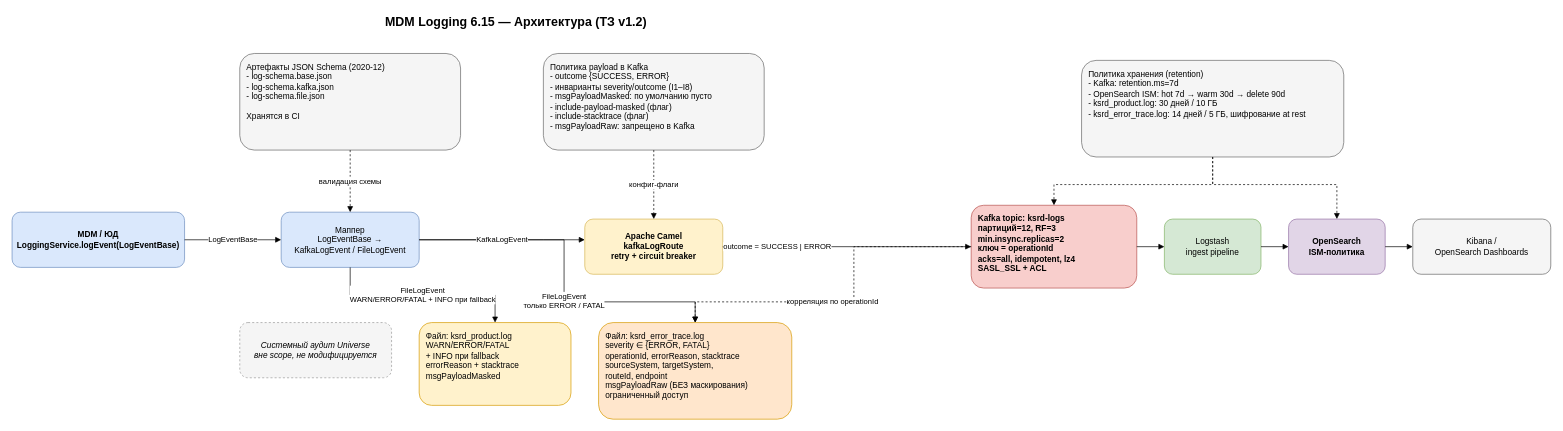
Earlier version of the draw.io diagram page "Архитектура" (1 of 2) of Единая система продуктового логирования MDM .drawio (Grin5/drawIo). Source tidied: cells renumbered, new cells numbered last; positions are measured from the earlier drawing's top-left corner, leaving out a move shared by most shapes. Both pictures are drawn from the tidied source at 69%, with x=0, y=0 at pixel (12, 12).
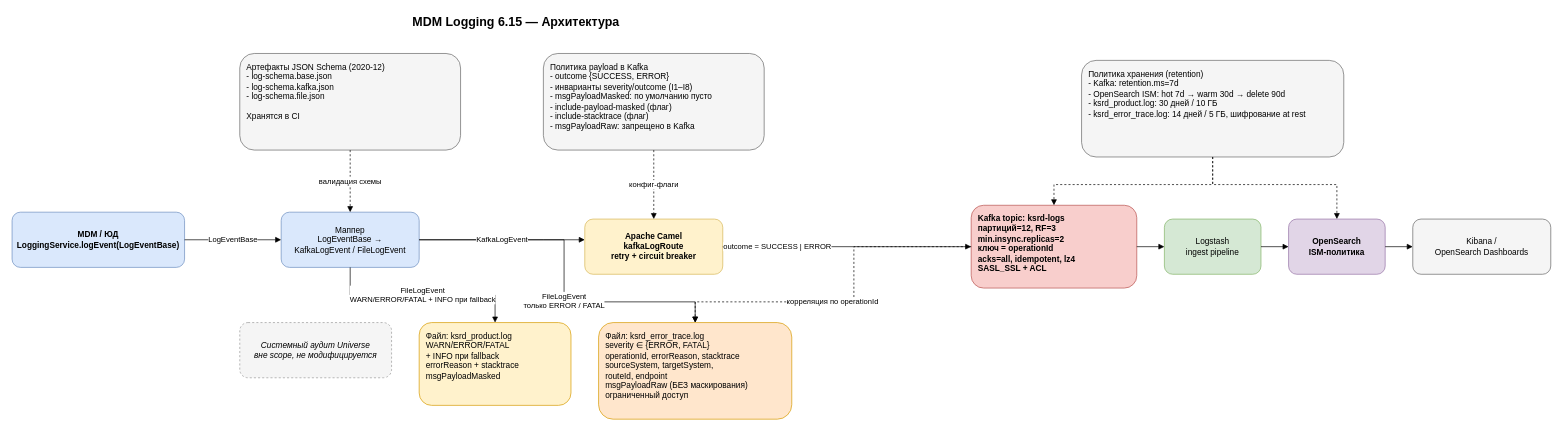
The same page after the edit.

Change to the diagram source:
```diff
@@
-    <mxCell id="2" value="MDM Logging 6.15 — Архитектура (ТЗ v1.2)" style="text;html=1;align=center;verticalAlign=middle;fontSize=18;fontStyle=1;" parent="1" vertex="1">
+    <mxCell id="2" value="MDM Logging 6.15 — Архитектура" style="text;html=1;align=center;verticalAlign=middle;fontSize=18;fontStyle=1;" parent="1" vertex="1">
       <mxGeometry x="330" width="800" height="30" as="geometry" />
     </mxCell>
```
